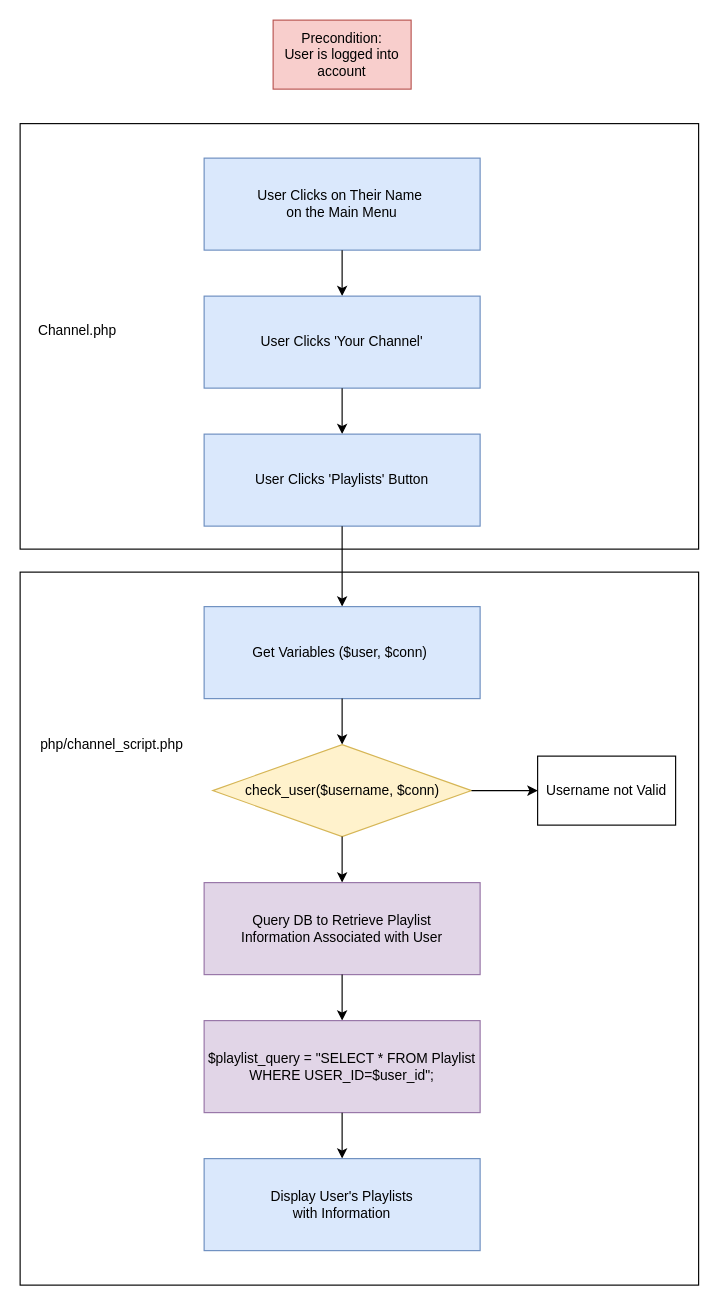
Earlier version of the draw.io diagram Design/Data Flow/Check_Updates.drawio (Jacob-Mellichamp/MeTube). Source tidied: cells renumbered, new cells numbered last; positions are measured from the earlier drawing's top-left corner, leaving out a move shared by most shapes. Both pictures are drawn from the tidied source at 115%, with x=0, y=0 at pixel (20, 20).
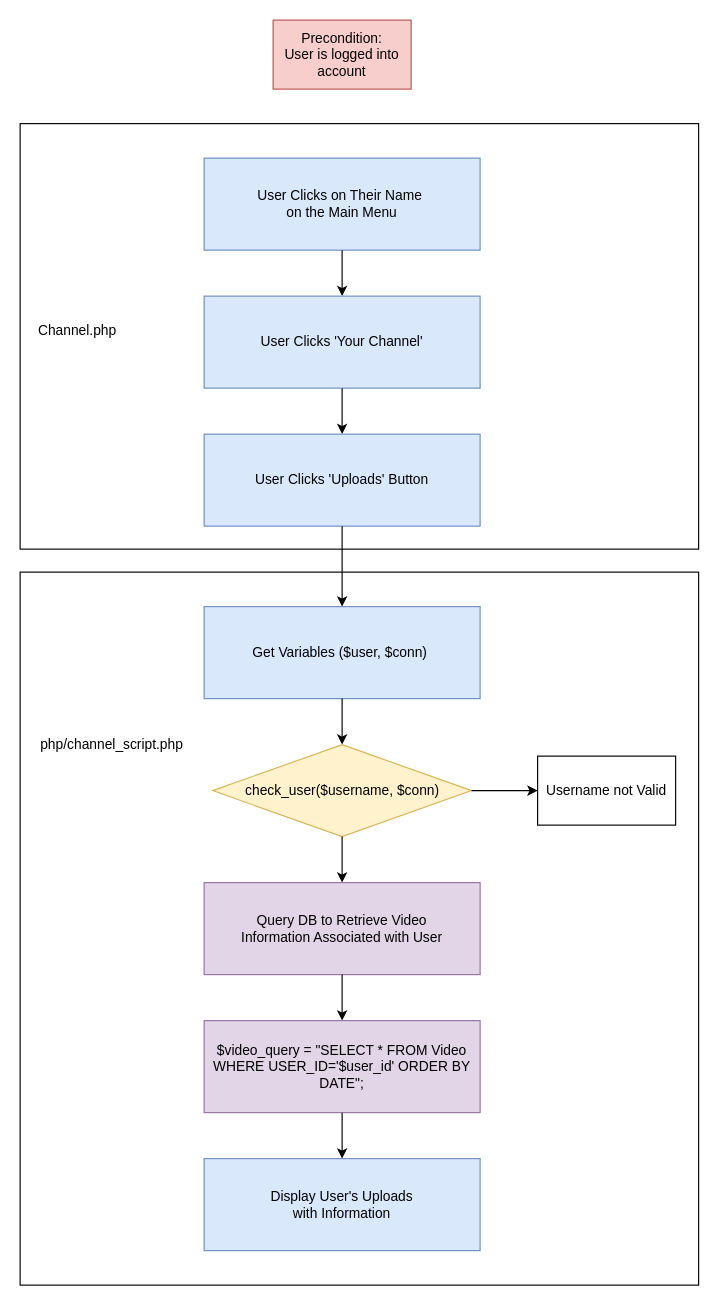
The same page after the edit.

Diff of the diagram source:
```diff
@@
-    <mxCell id="9" value="User Clicks 'Playlists' Button" style="rounded=0;whiteSpace=wrap;html=1;fillColor=#dae8fc;strokeColor=#6c8ebf;" parent="1" vertex="1">
+    <mxCell id="9" value="User Clicks 'Uploads' Button" style="rounded=0;whiteSpace=wrap;html=1;fillColor=#dae8fc;strokeColor=#6c8ebf;" parent="1" vertex="1">
       <mxGeometry x="160" y="360" width="240" height="80" as="geometry" />
     </mxCell>
@@
-    <mxCell id="18" value="Query DB to Retrieve Playlist&lt;br&gt;Information Associated with User" style="rounded=0;whiteSpace=wrap;html=1;fillColor=#e1d5e7;strokeColor=#9673a6;" parent="1" vertex="1">
+    <mxCell id="18" value="Query DB to Retrieve Video&lt;br&gt;Information Associated with User" style="rounded=0;whiteSpace=wrap;html=1;fillColor=#e1d5e7;strokeColor=#9673a6;" parent="1" vertex="1">
       <mxGeometry x="160" y="750" width="240" height="80" as="geometry" />
     </mxCell>
@@
-    <mxCell id="20" value="&lt;span style=&quot;font-family: , &amp;#34;consolas&amp;#34; , &amp;#34;liberation mono&amp;#34; , &amp;#34;menlo&amp;#34; , monospace&quot;&gt;$playlist_query = &quot;&lt;/span&gt;&lt;span style=&quot;font-family: , &amp;#34;consolas&amp;#34; , &amp;#34;liberation mono&amp;#34; , &amp;#34;menlo&amp;#34; , monospace&quot;&gt;SELECT * FROM Playlist WHERE USER_ID=$user_id&lt;/span&gt;&lt;span style=&quot;font-family: , &amp;#34;consolas&amp;#34; , &amp;#34;liberation mono&amp;#34; , &amp;#34;menlo&amp;#34; , monospace&quot;&gt;&quot;;&lt;/span&gt;" style="rounded=0;whiteSpace=wrap;html=1;fillColor=#e1d5e7;strokeColor=#9673a6;" parent="1" vertex="1">
+    <mxCell id="20" value="&lt;span style=&quot;font-family: , &amp;#34;consolas&amp;#34; , &amp;#34;liberation mono&amp;#34; , &amp;#34;menlo&amp;#34; , monospace&quot;&gt;$video_query = &quot;&lt;/span&gt;&lt;span style=&quot;font-family: , &amp;#34;consolas&amp;#34; , &amp;#34;liberation mono&amp;#34; , &amp;#34;menlo&amp;#34; , monospace&quot;&gt;SELECT * FROM Video WHERE USER_ID='$user_id' ORDER BY DATE&lt;/span&gt;&lt;span style=&quot;font-family: , &amp;#34;consolas&amp;#34; , &amp;#34;liberation mono&amp;#34; , &amp;#34;menlo&amp;#34; , monospace&quot;&gt;&quot;;&lt;/span&gt;" style="rounded=0;whiteSpace=wrap;html=1;fillColor=#e1d5e7;strokeColor=#9673a6;" parent="1" vertex="1">
       <mxGeometry x="160" y="870" width="240" height="80" as="geometry" />
     </mxCell>
@@
-    <mxCell id="23" value="Display User's Playlists&lt;br&gt;with Information" style="rounded=0;whiteSpace=wrap;html=1;fillColor=#dae8fc;strokeColor=#6c8ebf;" parent="1" vertex="1">
+    <mxCell id="23" value="Display User's Uploads&lt;br&gt;with Information" style="rounded=0;whiteSpace=wrap;html=1;fillColor=#dae8fc;strokeColor=#6c8ebf;" parent="1" vertex="1">
       <mxGeometry x="160" y="990" width="240" height="80" as="geometry" />
     </mxCell>
```
